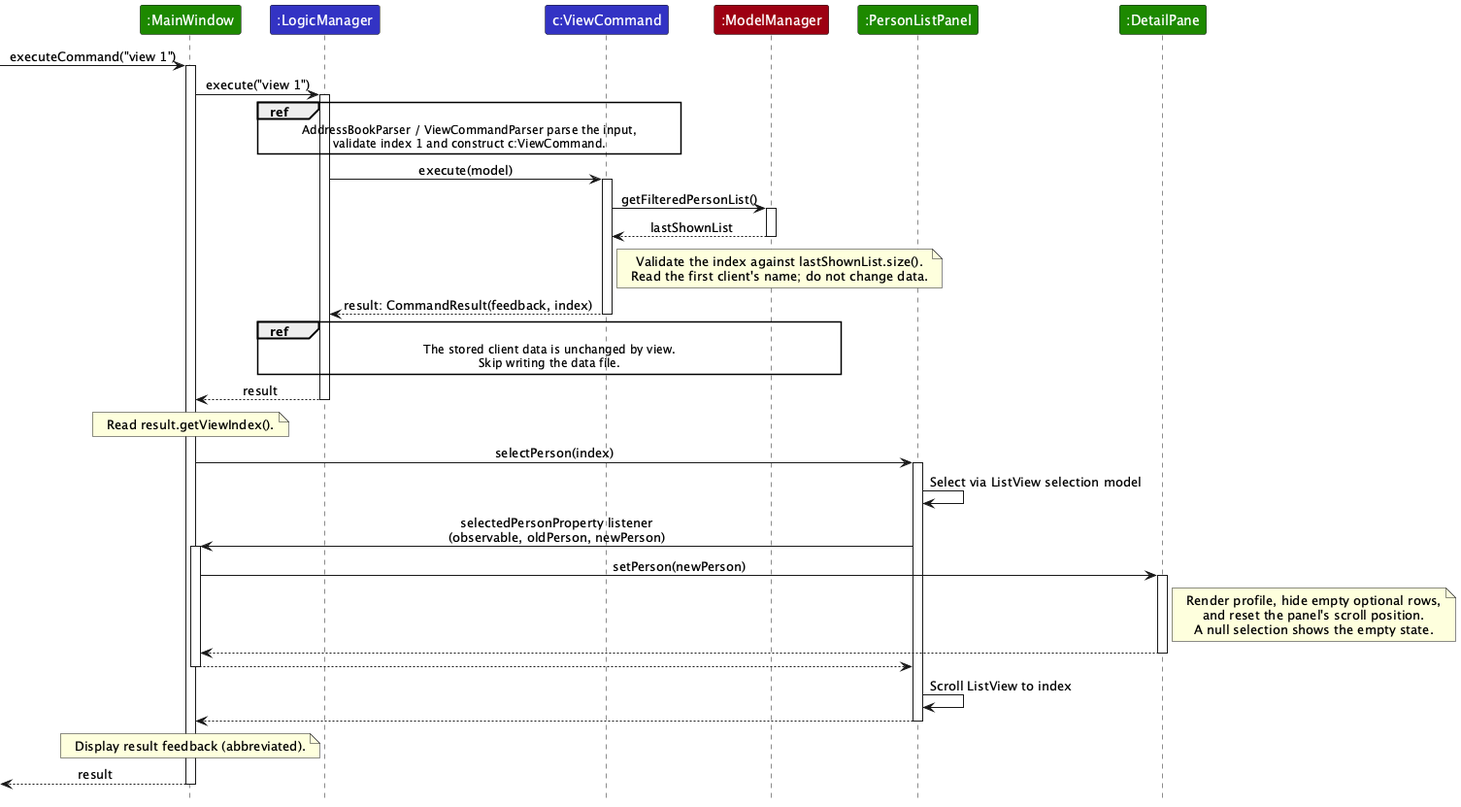
Above: docs/images/ViewSequenceDiagram.png in AY2627S1-CS2103T-W09-3/tp (PlantUML), before the change.
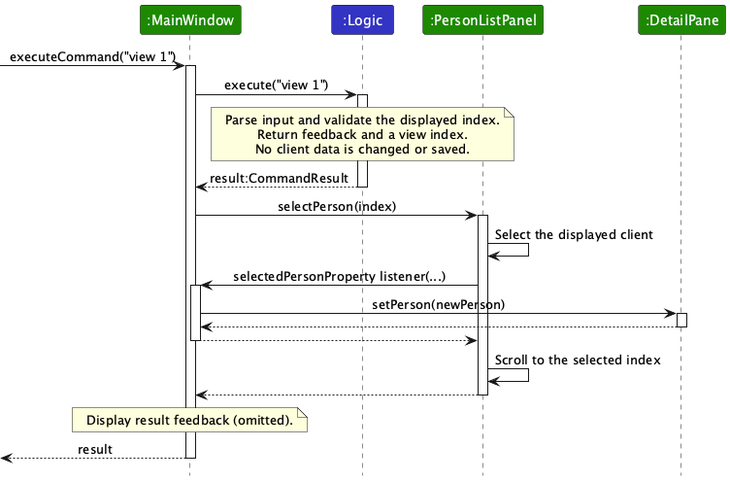
Above is the later version.

Diff of the diagram source:
```diff
@@ -2,12 +2,9 @@
 !include style.puml
 skinparam ArrowFontStyle plain
 skinparam ParticipantFontColor #FFFFFF
-hide footbox
 
 participant ":MainWindow" as Window UI_COLOR
-participant ":LogicManager" as Logic LOGIC_COLOR
-participant "c:ViewCommand" as Command LOGIC_COLOR
-participant ":ModelManager" as Model MODEL_COLOR
+participant ":Logic" as Logic LOGIC_COLOR
 participant ":PersonListPanel" as List UI_COLOR
 participant ":DetailPane" as Detail UI_COLOR
 
@@ -15,50 +12,29 @@
 activate Window
 Window -> Logic : execute("view 1")
 activate Logic
-ref over Logic, Command
-AddressBookParser / ViewCommandParser parse the input,
-validate index 1 and construct c:ViewCommand.
-end ref
-Logic -> Command : execute(model)
-activate Command
-Command -> Model : getFilteredPersonList()
-activate Model
-Model --> Command : lastShownList
-deactivate Model
-note right of Command
-Validate the index against lastShownList.size().
-Read the first client's name; do not change data.
+note over Logic
+Parse input and validate the displayed index.
+Return feedback and a view index.
+No client data is changed or saved.
 end note
-Command --> Logic : result: CommandResult(feedback, index)
-deactivate Command
-ref over Logic, Model
-The stored client data is unchanged by view.
-Skip writing the data file.
-end ref
-Logic --> Window : result
+Logic --> Window : result:CommandResult
 deactivate Logic
-note over Window : Read result.getViewIndex().
 Window -> List : selectPerson(index)
 activate List
-List -> List : Select via ListView selection model
-List -> Window : selectedPersonProperty listener\n(observable, oldPerson, newPerson)
+List -> List : Select the displayed client
+List -> Window : selectedPersonProperty listener(...)
 activate Window
 Window -> Detail : setPerson(newPerson)
 activate Detail
-note right of Detail
-Render profile, hide empty optional rows,
-and reset the panel's scroll position.
-A null selection shows the empty state.
-end note
 Detail --> Window
 deactivate Detail
 Window --> List
 deactivate Window
-List -> List : Scroll ListView to index
+List -> List : Scroll to the selected index
 List --> Window
 deactivate List
 note over Window
-Display result feedback (abbreviated).
+Display result feedback (omitted).
 end note
 [<-- Window : result
 deactivate Window
```
